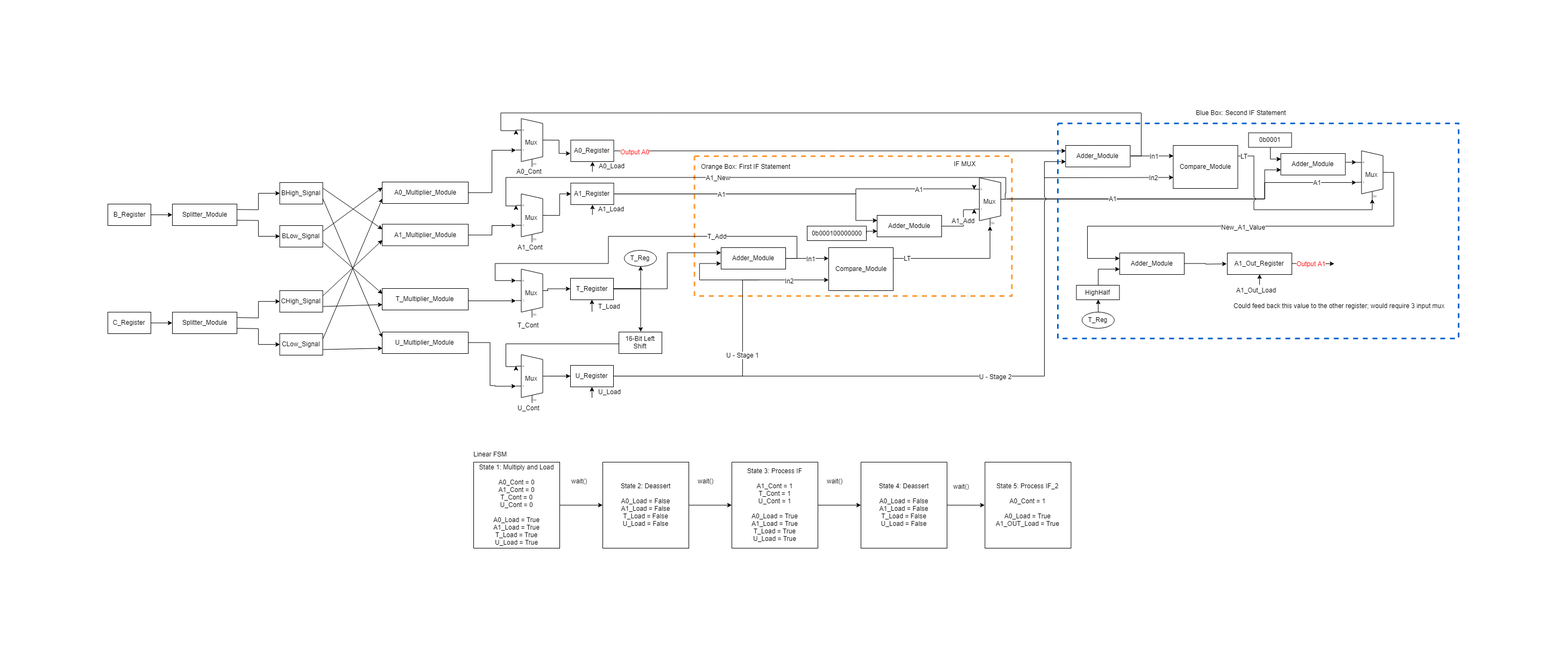
The draw.io diagram Documentation/466 Datapath and Controller.png in alexandercote/SystemC_Course_Project, before a commit. Source tidied: cells renumbered, new cells last; positions are measured from the earlier drawing's top-left corner, leaving out a move shared by most shapes.
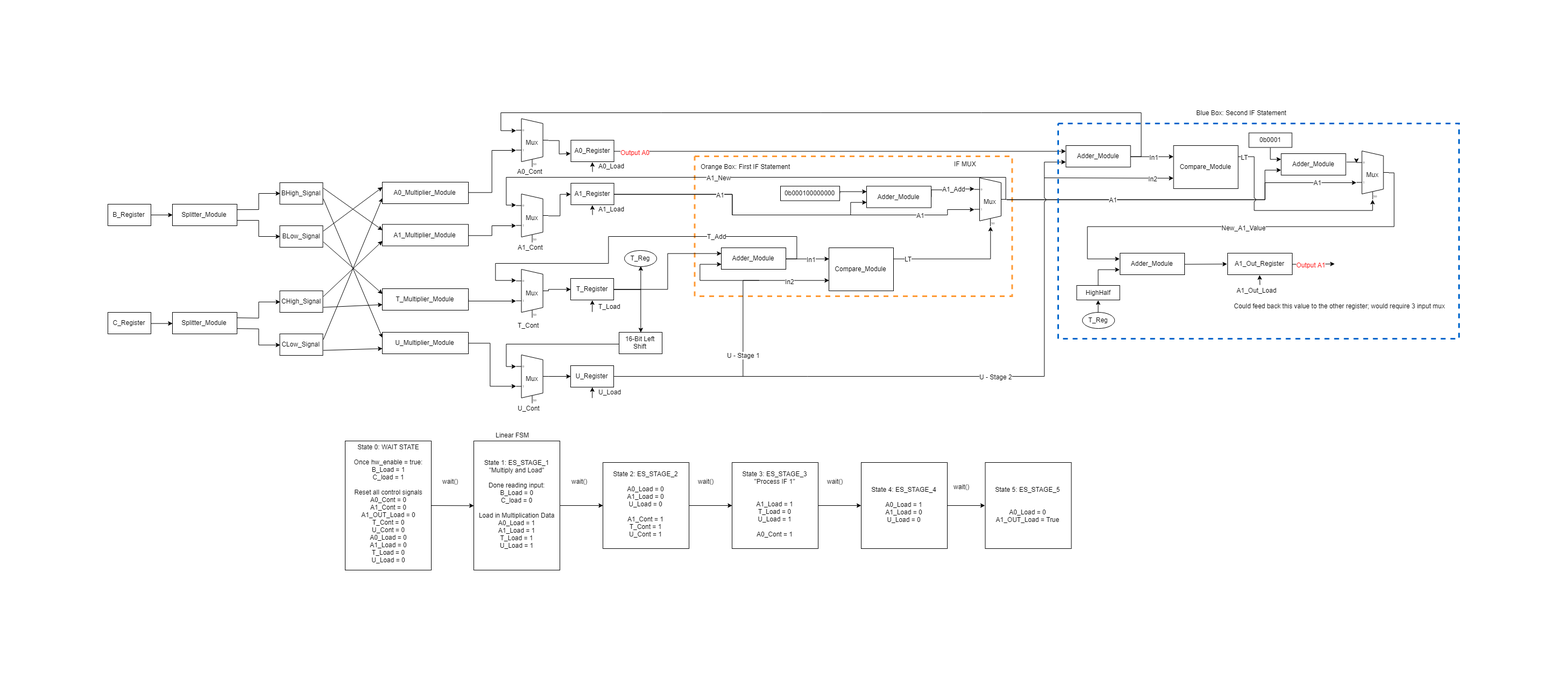
Later version of the same file.

Diff of the diagram source:
```diff
@@ -185,22 +185,28 @@
     <mxCell id="49" value="A0_Register" style="rounded=0;whiteSpace=wrap;html=1;" parent="1" vertex="1">
       <mxGeometry x="860.5" y="60" width="80" height="40" as="geometry" />
     </mxCell>
-    <mxCell id="50" style="edgeStyle=orthogonalEdgeStyle;rounded=0;jettySize=auto;html=1;exitX=1;exitY=0.5;exitDx=0;exitDy=0;entryX=0;entryY=0.20555555555555555;entryDx=0;entryDy=3;entryPerimeter=0;startArrow=none;startFill=0;endArrow=classic;endFill=1;" parent="1" edge="1" source="55" target="45">
+    <mxCell id="50" style="edgeStyle=orthogonalEdgeStyle;rounded=0;jettySize=auto;html=1;exitX=1;exitY=0.5;exitDx=0;exitDy=0;entryX=0;entryY=0.6166666666666667;entryDx=0;entryDy=3;entryPerimeter=0;startArrow=none;startFill=0;endArrow=classic;endFill=1;" parent="1" edge="1" source="55" target="45">
       <mxGeometry relative="1" as="geometry">
         <Array as="points">
-          <mxPoint x="1390" y="160" />
-          <mxPoint x="1390" y="151" />
+          <mxPoint x="1160" y="160" />
+          <mxPoint x="1160" y="199" />
+          <mxPoint x="1560" y="199" />
+          <mxPoint x="1560" y="189" />
         </Array>
       </mxGeometry>
     </mxCell>
     <mxCell id="51" value="A1" style="text;html=1;align=center;verticalAlign=middle;labelBackgroundColor=#ffffff;" parent="50" vertex="1">
-      <mxGeometry x="0.7" y="-1" relative="1" as="geometry" />
+      <mxGeometry x="0.7" y="-1" relative="1" as="geometry">
+        <mxPoint x="-1" y="-1" as="offset" />
+      </mxGeometry>
     </mxCell>
-    <mxCell id="52" style="edgeStyle=orthogonalEdgeStyle;rounded=0;jettySize=auto;html=1;exitX=1;exitY=0.5;exitDx=0;exitDy=0;startArrow=none;startFill=0;endArrow=classic;endFill=1;entryX=0;entryY=0.25;entryDx=0;entryDy=0;" parent="1" edge="1" source="55" target="69">
+    <mxCell id="52" style="edgeStyle=orthogonalEdgeStyle;rounded=0;jettySize=auto;html=1;exitX=1;exitY=0.5;exitDx=0;exitDy=0;startArrow=none;startFill=0;endArrow=classic;endFill=1;entryX=0;entryY=0.75;entryDx=0;entryDy=0;" parent="1" edge="1" source="55" target="69">
       <mxGeometry relative="1" as="geometry">
         <Array as="points">
-          <mxPoint x="1390" y="160" />
-          <mxPoint x="1390" y="210" />
+          <mxPoint x="1160" y="160" />
+          <mxPoint x="1160" y="199" />
+          <mxPoint x="1380" y="199" />
+          <mxPoint x="1380" y="176" />
         </Array>
       </mxGeometry>
     </mxCell>
@@ -275,31 +281,32 @@
     <mxCell id="66" value="A1_New" style="text;html=1;align=center;verticalAlign=middle;labelBackgroundColor=#ffffff;" parent="65" vertex="1">
       <mxGeometry x="0.11" relative="1" as="geometry" />
     </mxCell>
-    <mxCell id="67" style="edgeStyle=orthogonalEdgeStyle;rounded=0;jumpStyle=none;jettySize=auto;html=1;exitX=1;exitY=0.5;exitDx=0;exitDy=0;entryX=0;entryY=0.6166666666666667;entryDx=0;entryDy=3;entryPerimeter=0;startArrow=none;startFill=0;endArrow=classic;endFill=1;" parent="1" edge="1" source="69" target="45">
+    <mxCell id="67" style="edgeStyle=orthogonalEdgeStyle;rounded=0;jumpStyle=none;jettySize=auto;html=1;exitX=1;exitY=0.5;exitDx=0;exitDy=0;entryX=0;entryY=0.20555555555555555;entryDx=0;entryDy=3;entryPerimeter=0;startArrow=none;startFill=0;endArrow=classic;endFill=1;" parent="1" edge="1" source="69" target="45">
       <mxGeometry relative="1" as="geometry">
         <Array as="points">
-          <mxPoint x="1591" y="220" />
-          <mxPoint x="1591" y="189" />
+          <mxPoint x="1530" y="152" />
+          <mxPoint x="1591" y="152" />
         </Array>
       </mxGeometry>
     </mxCell>
     <mxCell id="68" value="A1_Add" style="text;html=1;align=center;verticalAlign=middle;labelBackgroundColor=#ffffff;" parent="67" vertex="1">
       <mxGeometry x="-0.58" y="11" relative="1" as="geometry">
-        <mxPoint x="21" as="offset" />
+        <mxPoint x="34.5" y="9" as="offset" />
       </mxGeometry>
     </mxCell>
     <mxCell id="69" value="Adder_Module" style="rounded=0;whiteSpace=wrap;html=1;" parent="1" vertex="1">
-      <mxGeometry x="1430" y="200" width="120" height="40" as="geometry" />
+      <mxGeometry x="1410" y="145.5" width="120" height="40" as="geometry" />
     </mxCell>
-    <mxCell id="70" style="edgeStyle=orthogonalEdgeStyle;rounded=0;jettySize=auto;html=1;exitX=1;exitY=0.5;exitDx=0;exitDy=0;entryX=0;entryY=0.75;entryDx=0;entryDy=0;startArrow=none;startFill=0;endArrow=classic;endFill=1;" parent="1" edge="1" source="71" target="69">
+    <mxCell id="70" style="edgeStyle=orthogonalEdgeStyle;rounded=0;jettySize=auto;html=1;exitX=1;exitY=0.5;exitDx=0;exitDy=0;entryX=0;entryY=0.25;entryDx=0;entryDy=0;startArrow=none;startFill=0;endArrow=classic;endFill=1;" parent="1" edge="1" source="71" target="69">
       <mxGeometry relative="1" as="geometry">
         <Array as="points">
-          <mxPoint x="1410" y="230" />
+          <mxPoint x="1360" y="156" />
+          <mxPoint x="1370" y="156" />
         </Array>
       </mxGeometry>
     </mxCell>
     <mxCell id="71" value="0b000100000000" style="rounded=0;whiteSpace=wrap;html=1;" parent="1" vertex="1">
-      <mxGeometry x="1300" y="220" width="110" height="27" as="geometry" />
+      <mxGeometry x="1250" y="145.5" width="110" height="27" as="geometry" />
     </mxCell>
     <mxCell id="72" style="edgeStyle=orthogonalEdgeStyle;rounded=0;jumpStyle=arc;jettySize=auto;html=1;exitX=0;exitY=0.5;exitDx=0;exitDy=0;startArrow=none;startFill=0;endArrow=classic;endFill=1;entryX=0;entryY=0.75;entryDx=0;entryDy=0;" parent="1" edge="1" source="80" target="85">
       <mxGeometry relative="1" as="geometry">
@@ -517,11 +524,11 @@
     <mxCell id="124" value="Could feed back this value to the other register; would require 3 input mux" style="text;html=1;align=left;verticalAlign=top;spacingTop=-4;" parent="1" vertex="1">
       <mxGeometry x="2090.5" y="359" width="410" height="20" as="geometry" />
     </mxCell>
-    <mxCell id="125" value="State 1: Multiply and Load&lt;br&gt;&lt;br&gt;A0_Cont = 0&lt;br&gt;A1_Cont = 0&lt;br&gt;T_Cont = 0&lt;br&gt;U_Cont = 0&lt;br&gt;&lt;br&gt;A0_Load = True&lt;br&gt;A1_Load = True&lt;br&gt;T_Load = True&lt;br&gt;U_Load = True" style="rounded=0;whiteSpace=wrap;html=1;strokeColor=#000000;strokeWidth=1;fillColor=none;" parent="1" vertex="1">
-      <mxGeometry x="680" y="659" width="160" height="160" as="geometry" />
+    <mxCell id="125" value="State 1: ES_STAGE_1&lt;br&gt;&quot;Multiply and Load&quot;&lt;br&gt;&lt;br&gt;Done reading input:&lt;br&gt;B_Load = 0&lt;br&gt;C_load = 0&lt;br&gt;&lt;br&gt;Load in Multiplication Data&lt;br&gt;A0_Load = 1&lt;br&gt;A1_Load = 1&lt;br&gt;T_Load = 1&lt;br&gt;U_Load = 1" style="rounded=0;whiteSpace=wrap;html=1;strokeColor=#000000;strokeWidth=1;fillColor=none;" parent="1" vertex="1">
+      <mxGeometry x="680" y="619" width="160" height="240" as="geometry" />
     </mxCell>
     <mxCell id="126" value="Linear FSM&lt;br&gt;" style="text;html=1;align=left;verticalAlign=top;spacingTop=-4;" parent="1" vertex="1">
-      <mxGeometry x="678.5" y="635" width="80" height="20" as="geometry" />
+      <mxGeometry x="718.5" y="599" width="80" height="20" as="geometry" />
     </mxCell>
     <mxCell id="127" style="edgeStyle=orthogonalEdgeStyle;rounded=0;jumpStyle=arc;jettySize=auto;html=1;exitX=1;exitY=0.5;exitDx=0;exitDy=0;startArrow=none;startFill=0;endArrow=classic;endFill=1;entryX=0;entryY=0.5;entryDx=0;entryDy=0;" parent="1" edge="1" source="125" target="129">
       <mxGeometry relative="1" as="geometry" />
@@ -529,13 +536,13 @@
     <mxCell id="128" style="edgeStyle=orthogonalEdgeStyle;rounded=0;jumpStyle=arc;jettySize=auto;html=1;exitX=1;exitY=0.5;exitDx=0;exitDy=0;entryX=0;entryY=0.5;entryDx=0;entryDy=0;startArrow=none;startFill=0;endArrow=classic;endFill=1;" parent="1" edge="1" source="129" target="131">
       <mxGeometry relative="1" as="geometry" />
     </mxCell>
-    <mxCell id="129" value="State 2: Deassert&lt;br&gt;&lt;br&gt;A0_Load = False&lt;br&gt;A1_Load = False&lt;br&gt;T_Load = False&lt;br&gt;U_Load = False" style="rounded=0;whiteSpace=wrap;html=1;strokeColor=#000000;strokeWidth=1;fillColor=none;" parent="1" vertex="1">
+    <mxCell id="129" value="State 2: ES_STAGE_2&lt;br&gt;&lt;br&gt;A0_Load = 0&lt;br&gt;A1_Load = 0&lt;br&gt;U_Load = 0&lt;br&gt;&lt;br&gt;A1_Cont = 1&lt;br&gt;T_Cont = 1&lt;br&gt;U_Cont = 1" style="rounded=0;whiteSpace=wrap;html=1;strokeColor=#000000;strokeWidth=1;fillColor=none;" parent="1" vertex="1">
       <mxGeometry x="920" y="659" width="160" height="160" as="geometry" />
     </mxCell>
     <mxCell id="130" style="edgeStyle=orthogonalEdgeStyle;rounded=0;jumpStyle=arc;jettySize=auto;html=1;exitX=1;exitY=0.5;exitDx=0;exitDy=0;startArrow=none;startFill=0;endArrow=classic;endFill=1;" parent="1" edge="1" source="131" target="133">
       <mxGeometry relative="1" as="geometry" />
     </mxCell>
-    <mxCell id="131" value="State 3: Process IF&lt;br&gt;&lt;br&gt;A1_Cont = 1&lt;br&gt;T_Cont = 1&lt;br&gt;U_Cont = 1&lt;br&gt;&lt;span style=&quot;font-family: &amp;#34;helvetica&amp;#34; , &amp;#34;arial&amp;#34; , sans-serif ; font-size: 0px ; white-space: nowrap&quot;&gt;U%3CmxGraphModel%3E%3Croot%3E%3CmxCell%20id%3D%220%22%2F%3E%3CmxCell%20id%3D%221%22%20parent%3D%220%22%2F%3E%3CmxCell%20id%3D%222%22%20value%3D%22U_Cont%22%20style%3D%22text%3Bhtml%3D1%3Bresizable%3D0%3Bpoints%3D%5B%5D%3Bautosize%3D1%3Balign%3Dleft%3BverticalAlign%3Dtop%3BspacingTop%3D-4%3B%22%20vertex%3D%221%22%20parent%3D%221%22%3E%3CmxGeometry%20x%3D%22880%22%20y%3D%22650%22%20width%3D%2260%22%20height%3D%2220%22%20as%3D%22geometry%22%2F%3E%3C%2FmxCell%3E%3C%2Froot%3E%3C%2FmxGraphModel%3E&lt;/span&gt;&lt;span style=&quot;font-family: &amp;#34;helvetica&amp;#34; , &amp;#34;arial&amp;#34; , sans-serif ; font-size: 0px ; white-space: nowrap&quot;&gt;%3CmxGraphModel%3E%3Croot%3E%3CmxCell%20id%3D%220%22%2F%3E%3CmxCell%20id%3D%221%22%20parent%3D%220%22%2F%3E%3CmxCell%20id%3D%222%22%20value%3D%22U_Cont%22%20style%3D%22text%3Bhtml%3D1%3Bresizable%3D0%3Bpoints%3D%5B%5D%3Bautosize%3D1%3Balign%3Dleft%3BverticalAlign%3Dtop%3BspacingTop%3D-4%3B%22%20vertex%3D%221%22%20parent%3D%221%22%3E%3CmxGeometry%20x%3D%22880%22%20y%3D%22650%22%20width%3D%2260%22%20height%3D%2220%22%20as%3D%22geometry%22%2F%3E%3C%2FmxCell%3E%3C%2Froot%3E%3C%2FmxGraphModel%3&lt;/span&gt;&lt;br&gt;A0_Load = True&lt;br&gt;A1_Load = True&lt;br&gt;T_Load = True&lt;br&gt;U_Load = True" style="rounded=0;whiteSpace=wrap;html=1;strokeColor=#000000;strokeWidth=1;fillColor=none;" parent="1" vertex="1">
+    <mxCell id="131" value="State 3: ES_STAGE_3&lt;br&gt;&quot;Process IF 1&quot;&lt;br&gt;&lt;br&gt;&lt;br&gt;A1_Load = 1&lt;br&gt;T_Load = 0&lt;br&gt;U_Load = 1&lt;br&gt;&lt;br&gt;A0_Cont = 1" style="rounded=0;whiteSpace=wrap;html=1;strokeColor=#000000;strokeWidth=1;fillColor=none;" parent="1" vertex="1">
       <mxGeometry x="1160" y="659" width="160" height="160" as="geometry" />
     </mxCell>
     <mxCell id="132" style="edgeStyle=orthogonalEdgeStyle;rounded=0;jumpStyle=arc;jettySize=auto;html=1;exitX=1;exitY=0.5;exitDx=0;exitDy=0;startArrow=none;startFill=0;endArrow=classic;endFill=1;" parent="1" edge="1" source="133">
@@ -543,7 +550,7 @@
         <mxPoint x="1630" y="739" as="targetPoint" />
       </mxGeometry>
     </mxCell>
-    <mxCell id="133" value="State 4: Deassert&lt;br&gt;&lt;br&gt;A0_Load = False&lt;br&gt;A1_Load = False&lt;br&gt;T_Load = False&lt;br&gt;U_Load = False" style="rounded=0;whiteSpace=wrap;html=1;strokeColor=#000000;strokeWidth=1;fillColor=none;" parent="1" vertex="1">
+    <mxCell id="133" value="State 4: ES_STAGE_4&lt;br&gt;&lt;br&gt;A0_Load = 1&lt;br&gt;A1_Load = 0&lt;br&gt;U_Load = 0&lt;br&gt;" style="rounded=0;whiteSpace=wrap;html=1;strokeColor=#000000;strokeWidth=1;fillColor=none;" parent="1" vertex="1">
       <mxGeometry x="1400" y="659" width="160" height="160" as="geometry" />
     </mxCell>
     <mxCell id="134" value="wait()" style="text;html=1;align=left;verticalAlign=top;spacingTop=-4;" parent="1" vertex="1">
@@ -555,7 +562,7 @@
     <mxCell id="136" value="wait()" style="text;html=1;align=left;verticalAlign=top;spacingTop=-4;" parent="1" vertex="1">
       <mxGeometry x="1335" y="685" width="50" height="20" as="geometry" />
     </mxCell>
-    <mxCell id="137" value="State 5: Process IF_2&lt;br&gt;&lt;br&gt;A0_Cont = 1&lt;br&gt;&lt;br&gt;A0_Load = True&lt;br&gt;A1_OUT_Load = True" style="rounded=0;whiteSpace=wrap;html=1;strokeColor=#000000;strokeWidth=1;fillColor=none;" parent="1" vertex="1">
+    <mxCell id="137" value="State 5: ES_STAGE_5&lt;br&gt;&lt;br&gt;&lt;br&gt;A0_Load = 0&lt;br&gt;A1_OUT_Load = True" style="rounded=0;whiteSpace=wrap;html=1;strokeColor=#000000;strokeWidth=1;fillColor=none;" parent="1" vertex="1">
       <mxGeometry x="1630.5" y="659" width="160" height="160" as="geometry" />
     </mxCell>
     <mxCell id="138" value="wait()" style="text;html=1;align=left;verticalAlign=top;spacingTop=-4;" parent="1" vertex="1">
@@ -567,5 +574,16 @@
     <mxCell id="140" value="Blue Box: Second IF Statement" style="text;html=1;align=left;verticalAlign=top;spacingTop=-4;" parent="1" vertex="1">
       <mxGeometry x="2020.5" width="180" height="20" as="geometry" />
     </mxCell>
+    <mxCell id="141" value="State 0: WAIT STATE&lt;br&gt;&lt;br&gt;Once hw_enable = true:&lt;br&gt;B_Load = 1&lt;br&gt;C_load = 1&lt;br&gt;&lt;br&gt;Reset all control signals&lt;br&gt;A0_Cont = 0&lt;br&gt;A1_Cont = 0&lt;br&gt;A1_OUT_Load = 0&lt;br&gt;T_Cont = 0&lt;br&gt;U_Cont = 0&lt;br&gt;A0_Load = 0&lt;br&gt;A1_Load = 0&lt;br&gt;T_Load = 0&lt;br&gt;U_Load = 0" style="rounded=0;whiteSpace=wrap;html=1;strokeColor=#000000;strokeWidth=1;fillColor=none;" parent="1" vertex="1">
+      <mxGeometry x="441" y="619" width="160" height="240" as="geometry" />
+    </mxCell>
+    <mxCell id="142" style="edgeStyle=orthogonalEdgeStyle;rounded=0;jumpStyle=arc;jettySize=auto;html=1;exitX=1;exitY=0.5;exitDx=0;exitDy=0;startArrow=none;startFill=0;endArrow=classic;endFill=1;entryX=0;entryY=0.5;entryDx=0;entryDy=0;" parent="1" edge="1" source="141">
+      <mxGeometry relative="1" as="geometry">
+        <mxPoint x="680.2" y="739.3" as="targetPoint" />
+      </mxGeometry>
+    </mxCell>
+    <mxCell id="143" value="wait()" style="text;html=1;align=left;verticalAlign=top;spacingTop=-4;" parent="1" vertex="1">
+      <mxGeometry x="620" y="685" width="50" height="20" as="geometry" />
+    </mxCell>
   </root>
 </mxGraphModel>
```
